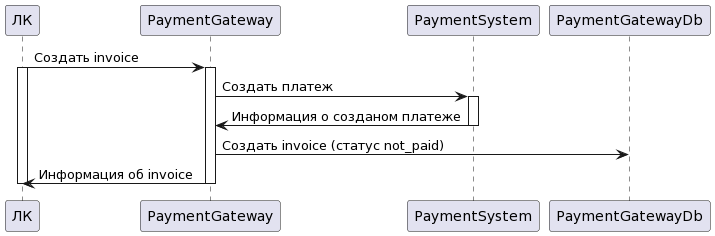
Before: docs/usecases/payment_gateway-create_invoice.png, a diagram exported from PlantUML (YauheniKr/graduate_work). The source it was exported from:
```plantuml
@startuml
ЛК -> PaymentGateway: Создать invoice
activate ЛК
activate PaymentGateway


PaymentGateway -> PaymentSystem: Создать платеж
activate PaymentSystem
PaymentSystem -> PaymentGateway: Информация о созданом платеже
deactivate PaymentSystem

PaymentGateway -> PaymentGatewayDb: Создать invoice (статус not_paid)

PaymentGateway -> ЛК: Информация об invoice
deactivate PaymentGateway
deactivate ЛК
@enduml
```
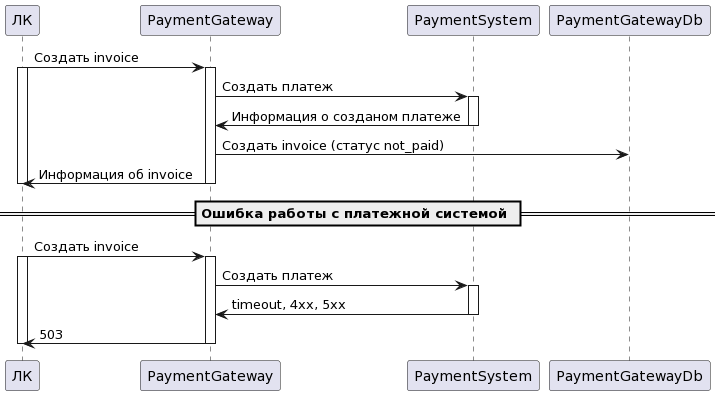
After the commit.

Commit message:
feat: add fail script into create invoice case

Diff of the diagram source:
```diff
@@ -14,4 +14,20 @@
 PaymentGateway -> ЛК: Информация об invoice
 deactivate PaymentGateway
 deactivate ЛК
+
+
+== Ошибка работы с платежной системой ==
+ЛК -> PaymentGateway: Создать invoice
+activate ЛК
+activate PaymentGateway
+
+
+PaymentGateway -> PaymentSystem: Создать платеж
+activate PaymentSystem
+PaymentSystem -> PaymentGateway: timeout, 4xx, 5xx
+deactivate PaymentSystem
+
+PaymentGateway -> ЛК: 503
+deactivate PaymentGateway
+deactivate ЛК
 @enduml
```
